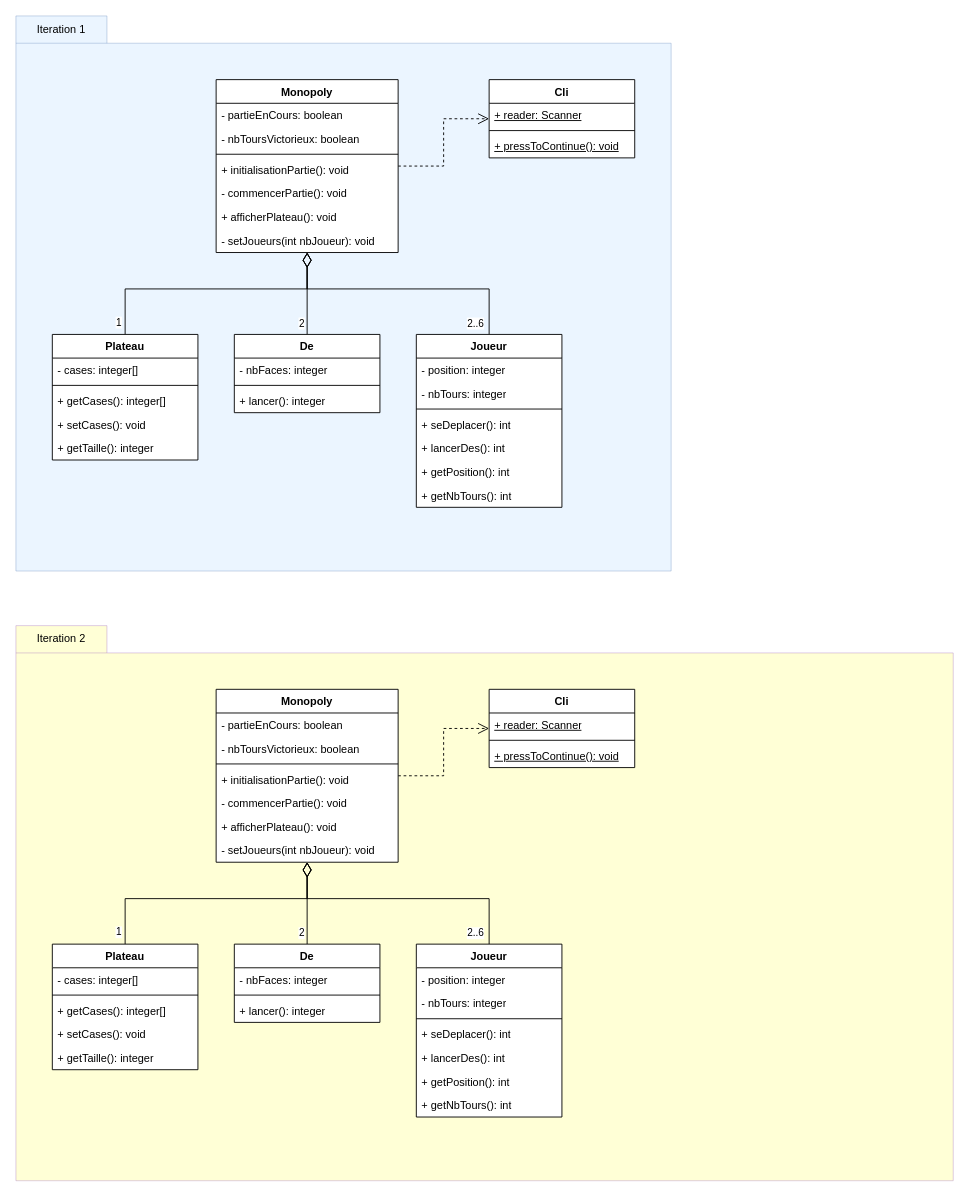
Above: assets/diagramme-iteration-1.drawio in gmed2b/L3SINF-java-monopoly (draw.io), before the change. Source tidied: cells renumbered, new cells numbered last; positions are measured from the earlier drawing's top-left corner, leaving out a move shared by most shapes. Both pictures are drawn from the tidied source at 91%, with x=0, y=0 at pixel (15, 15).
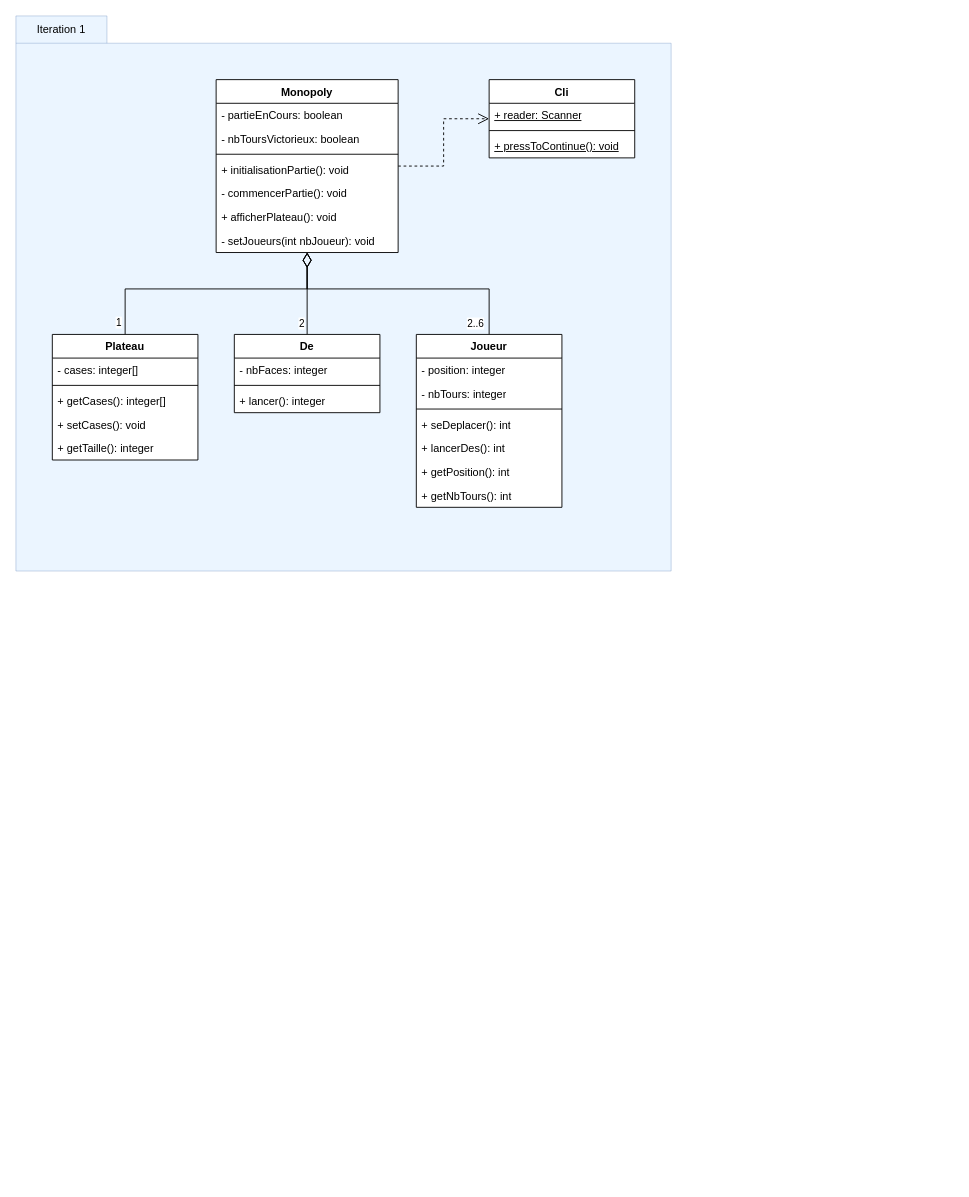
The same diagram, later.

Commit message (it also covers changes not shown here):
iteration2: solde et cases (terrain, gares, ...)

Diff of the diagram source:
```diff
@@
-    <mxCell id="41" style="shape=folder;fontStyle=1;spacingTop=10;tabWidth=100;tabHeight=30;tabPosition=left;html=1;whiteSpace=wrap;fillColor=#FFFF99;strokeColor=#A373BF;opacity=40;" parent="1" vertex="1">
-      <mxGeometry y="670" width="1030" height="610" as="geometry" />
-    </mxCell>
-    <mxCell id="42" style="edgeStyle=orthogonalEdgeStyle;rounded=0;jettySize=auto;html=1;endArrow=open;endFill=0;dashed=1;endSize=10;" parent="1" edge="1" source="43" target="76">
-      <mxGeometry relative="1" as="geometry" />
-    </mxCell>
-    <mxCell id="43" value="Monopoly" style="swimlane;fontStyle=1;align=center;verticalAlign=top;horizontal=1;startSize=26;whiteSpace=wrap;html=1;swimlaneFillColor=default;" parent="1" vertex="1">
-      <mxGeometry x="220" y="740" width="200" height="190" as="geometry" />
-    </mxCell>
-    <mxCell id="44" value="- partieEnCours: boolean" style="text;strokeColor=none;fillColor=none;align=left;verticalAlign=top;spacingLeft=4;spacingRight=4;overflow=hidden;whiteSpace=wrap;html=1;" parent="43" vertex="1">
-      <mxGeometry y="26" width="200" height="26" as="geometry" />
-    </mxCell>
-    <mxCell id="45" value="- nbToursVictorieux: boolean" style="text;strokeColor=none;fillColor=none;align=left;verticalAlign=top;spacingLeft=4;spacingRight=4;overflow=hidden;whiteSpace=wrap;html=1;" parent="43" vertex="1">
-      <mxGeometry y="52" width="200" height="26" as="geometry" />
-    </mxCell>
-    <mxCell id="46" style="line;strokeWidth=1;fillColor=none;align=left;verticalAlign=middle;spacingTop=-1;spacingLeft=3;spacingRight=3;labelPosition=right;strokeColor=inherit;" parent="43" vertex="1">
-      <mxGeometry y="78" width="200" height="8" as="geometry" />
-    </mxCell>
-    <mxCell id="47" value="+ initialisationPartie(): void" style="text;strokeColor=none;fillColor=none;align=left;verticalAlign=top;spacingLeft=4;spacingRight=4;overflow=hidden;whiteSpace=wrap;html=1;" parent="43" vertex="1">
-      <mxGeometry y="86" width="200" height="26" as="geometry" />
-    </mxCell>
-    <mxCell id="48" value="- commencerPartie(): void" style="text;strokeColor=none;fillColor=none;align=left;verticalAlign=top;spacingLeft=4;spacingRight=4;overflow=hidden;whiteSpace=wrap;html=1;" parent="43" vertex="1">
-      <mxGeometry y="112" width="200" height="26" as="geometry" />
-    </mxCell>
-    <mxCell id="49" value="+ afficherPlateau(): void" style="text;strokeColor=none;fillColor=none;align=left;verticalAlign=top;spacingLeft=4;spacingRight=4;overflow=hidden;whiteSpace=wrap;html=1;" parent="43" vertex="1">
-      <mxGeometry y="138" width="200" height="26" as="geometry" />
-    </mxCell>
-    <mxCell id="50" value="- setJoueurs(int nbJoueur): void" style="text;strokeColor=none;fillColor=none;align=left;verticalAlign=top;spacingLeft=4;spacingRight=4;overflow=hidden;whiteSpace=wrap;html=1;" parent="43" vertex="1">
-      <mxGeometry y="164" width="200" height="26" as="geometry" />
-    </mxCell>
-    <mxCell id="51" style="edgeStyle=orthogonalEdgeStyle;rounded=0;jettySize=auto;html=1;endArrow=diamondThin;endFill=0;endSize=14;" parent="1" edge="1" source="53" target="43">
-      <mxGeometry relative="1" as="geometry" />
-    </mxCell>
-    <mxCell id="52" value="2" style="edgeLabel;html=1;align=center;verticalAlign=middle;" parent="51" vertex="1">
-      <mxGeometry x="-0.75" relative="1" as="geometry">
-        <mxPoint x="-7" y="-2" as="offset" />
-      </mxGeometry>
-    </mxCell>
-    <mxCell id="53" value="De" style="swimlane;fontStyle=1;align=center;verticalAlign=top;horizontal=1;startSize=26;whiteSpace=wrap;html=1;fillColor=default;rounded=0;shadow=0;glass=0;swimlaneLine=1;gradientColor=none;swimlaneFillColor=default;" parent="1" vertex="1">
-      <mxGeometry x="240" y="1020" width="160" height="86" as="geometry" />
-    </mxCell>
-    <mxCell id="54" value="- nbFaces: integer" style="text;align=left;verticalAlign=top;spacingLeft=4;spacingRight=4;overflow=hidden;whiteSpace=wrap;html=1;" parent="53" vertex="1">
-      <mxGeometry y="26" width="160" height="26" as="geometry" />
-    </mxCell>
-    <mxCell id="55" style="line;strokeWidth=1;fillColor=none;align=left;verticalAlign=middle;spacingTop=-1;spacingLeft=3;spacingRight=3;labelPosition=right;strokeColor=inherit;" parent="53" vertex="1">
-      <mxGeometry y="52" width="160" height="8" as="geometry" />
-    </mxCell>
-    <mxCell id="56" value="+ lancer(): integer" style="text;align=left;verticalAlign=top;spacingLeft=4;spacingRight=4;overflow=hidden;whiteSpace=wrap;html=1;" parent="53" vertex="1">
-      <mxGeometry y="60" width="160" height="26" as="geometry" />
-    </mxCell>
-    <mxCell id="57" style="edgeStyle=orthogonalEdgeStyle;rounded=0;jettySize=auto;html=1;endArrow=diamondThin;endFill=0;endSize=14;" parent="1" edge="1" source="59" target="43">
-      <mxGeometry relative="1" as="geometry">
-        <Array as="points">
-          <mxPoint x="120" y="970" />
-          <mxPoint x="320" y="970" />
-        </Array>
-      </mxGeometry>
-    </mxCell>
-    <mxCell id="58" value="1" style="edgeLabel;html=1;align=center;verticalAlign=middle;" parent="57" vertex="1">
-      <mxGeometry x="-0.89" relative="1" as="geometry">
-        <mxPoint x="-8" y="2" as="offset" />
-      </mxGeometry>
-    </mxCell>
-    <mxCell id="59" value="Plateau" style="swimlane;fontStyle=1;align=center;verticalAlign=top;horizontal=1;startSize=26;whiteSpace=wrap;html=1;swimlaneFillColor=default;" parent="1" vertex="1">
-      <mxGeometry x="40" y="1020" width="160" height="138" as="geometry" />
-    </mxCell>
-    <mxCell id="60" value="- cases: integer[]" style="text;strokeColor=none;fillColor=none;align=left;verticalAlign=top;spacingLeft=4;spacingRight=4;overflow=hidden;whiteSpace=wrap;html=1;" parent="59" vertex="1">
-      <mxGeometry y="26" width="160" height="26" as="geometry" />
-    </mxCell>
-    <mxCell id="61" style="line;strokeWidth=1;fillColor=none;align=left;verticalAlign=middle;spacingTop=-1;spacingLeft=3;spacingRight=3;labelPosition=right;strokeColor=inherit;" parent="59" vertex="1">
-      <mxGeometry y="52" width="160" height="8" as="geometry" />
-    </mxCell>
-    <mxCell id="62" value="+ getCases(): integer[]" style="text;strokeColor=none;fillColor=none;align=left;verticalAlign=top;spacingLeft=4;spacingRight=4;overflow=hidden;whiteSpace=wrap;html=1;" parent="59" vertex="1">
-      <mxGeometry y="60" width="160" height="26" as="geometry" />
-    </mxCell>
-    <mxCell id="63" value="+ setCases(): void" style="text;strokeColor=none;fillColor=none;align=left;verticalAlign=top;spacingLeft=4;spacingRight=4;overflow=hidden;whiteSpace=wrap;html=1;" parent="59" vertex="1">
-      <mxGeometry y="86" width="160" height="26" as="geometry" />
-    </mxCell>
-    <mxCell id="64" value="+ getTaille(): integer" style="text;strokeColor=none;fillColor=none;align=left;verticalAlign=top;spacingLeft=4;spacingRight=4;overflow=hidden;whiteSpace=wrap;html=1;" parent="59" vertex="1">
-      <mxGeometry y="112" width="160" height="26" as="geometry" />
-    </mxCell>
-    <mxCell id="65" style="edgeStyle=orthogonalEdgeStyle;rounded=0;jettySize=auto;html=1;endArrow=diamondThin;endFill=0;endSize=14;" parent="1" edge="1" source="67" target="43">
-      <mxGeometry relative="1" as="geometry">
-        <Array as="points">
-          <mxPoint x="520" y="970" />
-          <mxPoint x="320" y="970" />
-        </Array>
-      </mxGeometry>
-    </mxCell>
-    <mxCell id="66" value="2..6" style="edgeLabel;html=1;align=center;verticalAlign=middle;" parent="65" vertex="1">
-      <mxGeometry x="-0.9" relative="1" as="geometry">
-        <mxPoint x="-16" y="1" as="offset" />
-      </mxGeometry>
-    </mxCell>
-    <mxCell id="67" value="Joueur" style="swimlane;fontStyle=1;align=center;verticalAlign=top;horizontal=1;startSize=26;whiteSpace=wrap;html=1;swimlaneFillColor=default;" parent="1" vertex="1">
-      <mxGeometry x="440" y="1020" width="160" height="190" as="geometry" />
-    </mxCell>
-    <mxCell id="68" value="- position: integer" style="text;strokeColor=none;fillColor=none;align=left;verticalAlign=top;spacingLeft=4;spacingRight=4;overflow=hidden;whiteSpace=wrap;html=1;" parent="67" vertex="1">
-      <mxGeometry y="26" width="160" height="26" as="geometry" />
-    </mxCell>
-    <mxCell id="69" value="- nbTours: integer" style="text;strokeColor=none;fillColor=none;align=left;verticalAlign=top;spacingLeft=4;spacingRight=4;overflow=hidden;whiteSpace=wrap;html=1;" parent="67" vertex="1">
-      <mxGeometry y="52" width="160" height="26" as="geometry" />
-    </mxCell>
-    <mxCell id="70" style="line;strokeWidth=1;fillColor=none;align=left;verticalAlign=middle;spacingTop=-1;spacingLeft=3;spacingRight=3;labelPosition=right;strokeColor=inherit;" parent="67" vertex="1">
-      <mxGeometry y="78" width="160" height="8" as="geometry" />
-    </mxCell>
-    <mxCell id="71" value="+ seDeplacer(): int" style="text;strokeColor=none;fillColor=none;align=left;verticalAlign=top;spacingLeft=4;spacingRight=4;overflow=hidden;whiteSpace=wrap;html=1;" parent="67" vertex="1">
-      <mxGeometry y="86" width="160" height="26" as="geometry" />
-    </mxCell>
-    <mxCell id="72" value="+ lancerDes(): int" style="text;strokeColor=none;fillColor=none;align=left;verticalAlign=top;spacingLeft=4;spacingRight=4;overflow=hidden;whiteSpace=wrap;html=1;" parent="67" vertex="1">
-      <mxGeometry y="112" width="160" height="26" as="geometry" />
-    </mxCell>
-    <mxCell id="73" value="+ getPosition(): int" style="text;strokeColor=none;fillColor=none;align=left;verticalAlign=top;spacingLeft=4;spacingRight=4;overflow=hidden;whiteSpace=wrap;html=1;" parent="67" vertex="1">
-      <mxGeometry y="138" width="160" height="26" as="geometry" />
-    </mxCell>
-    <mxCell id="74" value="+ getNbTours(): int" style="text;strokeColor=none;fillColor=none;align=left;verticalAlign=top;spacingLeft=4;spacingRight=4;overflow=hidden;whiteSpace=wrap;html=1;" parent="67" vertex="1">
-      <mxGeometry y="164" width="160" height="26" as="geometry" />
-    </mxCell>
-    <mxCell id="75" value="Iteration 2" style="text;html=1;strokeColor=none;fillColor=none;align=center;verticalAlign=middle;whiteSpace=wrap;rounded=0;" parent="1" vertex="1">
-      <mxGeometry x="20" y="670" width="60" height="30" as="geometry" />
-    </mxCell>
-    <mxCell id="76" value="Cli" style="swimlane;fontStyle=1;align=center;verticalAlign=top;horizontal=1;startSize=26;whiteSpace=wrap;html=1;fillColor=default;rounded=0;shadow=0;glass=0;swimlaneLine=1;gradientColor=none;swimlaneFillColor=default;" parent="1" vertex="1">
-      <mxGeometry x="520" y="740" width="160" height="86" as="geometry" />
-    </mxCell>
-    <mxCell id="77" value="&lt;u&gt;+ reader: Scanner&lt;/u&gt;" style="text;align=left;verticalAlign=top;spacingLeft=4;spacingRight=4;overflow=hidden;whiteSpace=wrap;html=1;" parent="76" vertex="1">
-      <mxGeometry y="26" width="160" height="26" as="geometry" />
-    </mxCell>
-    <mxCell id="78" style="line;strokeWidth=1;fillColor=none;align=left;verticalAlign=middle;spacingTop=-1;spacingLeft=3;spacingRight=3;labelPosition=right;strokeColor=inherit;" parent="76" vertex="1">
-      <mxGeometry y="52" width="160" height="8" as="geometry" />
-    </mxCell>
-    <mxCell id="79" value="&lt;u&gt;+ pressToContinue(): void&lt;br&gt;&lt;/u&gt;" style="text;align=left;verticalAlign=top;spacingLeft=4;spacingRight=4;overflow=hidden;whiteSpace=wrap;html=1;" parent="76" vertex="1">
-      <mxGeometry y="60" width="160" height="26" as="geometry" />
-    </mxCell>
```
